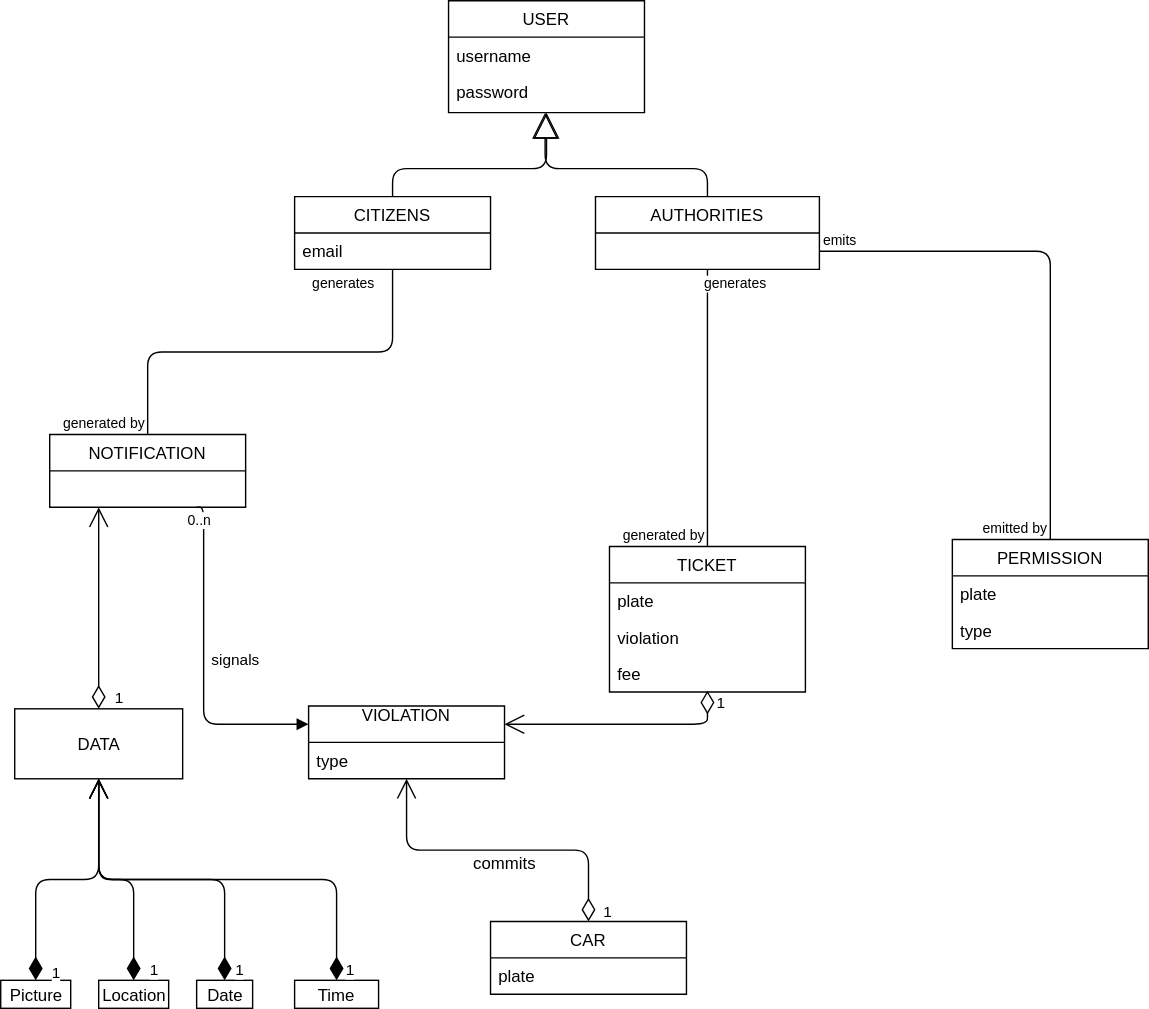
Before: UML/Notify_Violation_Class_Diagram.svg, a diagram exported from draw.io (University-Projects-Secco/RahbariSecco). Source tidied: cells renumbered, new cells last; positions are measured from the earlier drawing's top-left corner, leaving out a move shared by most shapes. The source it was exported from:
```xml
<mxGraphModel background="#ffffff">
  <root>
    <mxCell id="0" />
    <mxCell id="1" parent="0" />
    <mxCell id="2" value="CITIZENS" style="swimlane;fontStyle=0;horizontal=1;startSize=26;fillColor=none;" parent="1" vertex="1">
      <mxGeometry x="210" y="140" width="140" height="52" as="geometry" />
    </mxCell>
    <mxCell id="3" value="email" style="text;strokeColor=none;fillColor=none;align=left;verticalAlign=top;spacingLeft=4;spacingRight=4;overflow=hidden;" parent="2" vertex="1">
      <mxGeometry y="26" width="140" height="26" as="geometry" />
    </mxCell>
    <mxCell id="4" value="USER" style="swimlane;fontStyle=0;horizontal=1;startSize=26;fillColor=none;" parent="1" vertex="1">
      <mxGeometry x="320" width="140" height="80" as="geometry" />
    </mxCell>
    <mxCell id="5" value="username" style="text;strokeColor=none;fillColor=none;align=left;verticalAlign=top;spacingLeft=4;spacingRight=4;overflow=hidden;" parent="4" vertex="1">
      <mxGeometry y="26" width="140" height="26" as="geometry" />
    </mxCell>
    <mxCell id="6" value="password" style="text;strokeColor=none;fillColor=none;align=left;verticalAlign=top;spacingLeft=4;spacingRight=4;overflow=hidden;" parent="4" vertex="1">
      <mxGeometry y="52" width="140" height="28" as="geometry" />
    </mxCell>
    <mxCell id="7" value="AUTHORITIES" style="swimlane;fontStyle=0;horizontal=1;startSize=26;fillColor=none;" parent="1" vertex="1">
      <mxGeometry x="425" y="140" width="160" height="52" as="geometry" />
    </mxCell>
    <mxCell id="8" style="endArrow=block;endSize=16;endFill=0;html=1;entryX=0.5;entryY=1;entryDx=0;entryDy=0;" parent="1" edge="1" source="2" target="4">
      <mxGeometry relative="1" as="geometry">
        <Array as="points">
          <mxPoint x="280" y="120" />
          <mxPoint x="390" y="120" />
        </Array>
      </mxGeometry>
    </mxCell>
    <mxCell id="9" style="endArrow=block;endSize=16;endFill=0;html=1;exitX=0.5;exitY=0;exitDx=0;exitDy=0;" parent="1" edge="1" source="7">
      <mxGeometry relative="1" as="geometry">
        <mxPoint x="389" y="80" as="targetPoint" />
        <Array as="points">
          <mxPoint x="505" y="120" />
          <mxPoint x="389" y="120" />
        </Array>
      </mxGeometry>
    </mxCell>
    <mxCell id="10" value="VIOLATION&#10;" style="swimlane;fontStyle=0;horizontal=1;startSize=26;fillColor=none;" parent="1" vertex="1">
      <mxGeometry x="220" y="504" width="140" height="52" as="geometry" />
    </mxCell>
    <mxCell id="11" value="type" style="text;strokeColor=none;fillColor=none;align=left;verticalAlign=top;spacingLeft=4;spacingRight=4;overflow=hidden;" parent="10" vertex="1">
      <mxGeometry y="26" width="140" height="26" as="geometry" />
    </mxCell>
    <mxCell id="12" value="NOTIFICATION" style="swimlane;fontStyle=0;horizontal=1;startSize=26;fillColor=none;" parent="1" vertex="1">
      <mxGeometry x="35" y="310" width="140" height="52" as="geometry" />
    </mxCell>
    <mxCell id="13" value="PERMISSION" style="swimlane;fontStyle=0;horizontal=1;startSize=26;fillColor=none;" parent="1" vertex="1">
      <mxGeometry x="680" y="385" width="140" height="78" as="geometry" />
    </mxCell>
    <mxCell id="14" value="plate" style="text;strokeColor=none;fillColor=none;align=left;verticalAlign=top;spacingLeft=4;spacingRight=4;overflow=hidden;" parent="13" vertex="1">
      <mxGeometry y="26" width="140" height="26" as="geometry" />
    </mxCell>
    <mxCell id="15" value="type" style="text;strokeColor=none;fillColor=none;align=left;verticalAlign=top;spacingLeft=4;spacingRight=4;overflow=hidden;" parent="13" vertex="1">
      <mxGeometry y="52" width="140" height="26" as="geometry" />
    </mxCell>
    <mxCell id="16" value="TICKET" style="swimlane;fontStyle=0;horizontal=1;startSize=26;fillColor=none;" parent="1" vertex="1">
      <mxGeometry x="435" y="390" width="140" height="104" as="geometry" />
    </mxCell>
    <mxCell id="17" value="plate" style="text;strokeColor=none;fillColor=none;align=left;verticalAlign=top;spacingLeft=4;spacingRight=4;overflow=hidden;" parent="16" vertex="1">
      <mxGeometry y="26" width="140" height="26" as="geometry" />
    </mxCell>
    <mxCell id="18" value="violation" style="text;strokeColor=none;fillColor=none;align=left;verticalAlign=top;spacingLeft=4;spacingRight=4;overflow=hidden;" parent="16" vertex="1">
      <mxGeometry y="52" width="140" height="26" as="geometry" />
    </mxCell>
    <mxCell id="19" value="fee" style="text;strokeColor=none;fillColor=none;align=left;verticalAlign=top;spacingLeft=4;spacingRight=4;overflow=hidden;points=[[0,0.5],[1,0.5]];portConstraint=eastwest;" parent="16" vertex="1">
      <mxGeometry y="78" width="140" height="26" as="geometry" />
    </mxCell>
    <mxCell id="20" value="1" style="endArrow=open;html=1;endSize=12;startArrow=diamondThin;startSize=14;startFill=0;align=left;verticalAlign=bottom;edgeStyle=elbowEdgeStyle;exitX=0.5;exitY=0.962;exitDx=0;exitDy=0;exitPerimeter=0;entryX=1;entryY=0.25;entryDx=0;entryDy=0;" parent="1" edge="1" source="19" target="10">
      <mxGeometry x="-0.8" y="5" relative="1" as="geometry">
        <Array as="points">
          <mxPoint x="505" y="500" />
        </Array>
      </mxGeometry>
    </mxCell>
    <mxCell id="21" value="signals" style="endArrow=block;endFill=1;html=1;align=left;verticalAlign=top;entryX=0;entryY=0.25;entryDx=0;entryDy=0;exitX=0.75;exitY=1;exitDx=0;exitDy=0;edgeStyle=elbowEdgeStyle;" parent="1" edge="1" source="12" target="10">
      <mxGeometry x="-0.14" y="4" relative="1" as="geometry">
        <Array as="points">
          <mxPoint x="145" y="390" />
        </Array>
      </mxGeometry>
    </mxCell>
    <mxCell id="22" value="0..n" style="html=1;align=left;verticalAlign=bottom;labelBackgroundColor=#ffffff;fontSize=10;" parent="21" vertex="1">
      <mxGeometry x="-1" relative="1" as="geometry">
        <mxPoint x="-9" y="17" as="offset" />
      </mxGeometry>
    </mxCell>
    <mxCell id="23" style="endArrow=none;html=1;edgeStyle=orthogonalEdgeStyle;exitX=0.5;exitY=1;exitDx=0;exitDy=0;entryX=0.5;entryY=0;entryDx=0;entryDy=0;" parent="1" edge="1" source="2" target="12">
      <mxGeometry relative="1" as="geometry" />
    </mxCell>
    <mxCell id="24" value="generates" style="html=1;align=left;verticalAlign=bottom;labelBackgroundColor=#ffffff;fontSize=10;" parent="23" vertex="1">
      <mxGeometry x="-1" relative="1" as="geometry">
        <mxPoint x="-60" y="18" as="offset" />
      </mxGeometry>
    </mxCell>
    <mxCell id="25" value="generated by" style="html=1;align=right;verticalAlign=bottom;labelBackgroundColor=#ffffff;fontSize=10;" parent="23" vertex="1">
      <mxGeometry x="1" relative="1" as="geometry" />
    </mxCell>
    <mxCell id="26" style="endArrow=none;html=1;edgeStyle=orthogonalEdgeStyle;exitX=0.5;exitY=1;exitDx=0;exitDy=0;entryX=0.5;entryY=0;entryDx=0;entryDy=0;" parent="1" edge="1" source="7" target="16">
      <mxGeometry relative="1" as="geometry" />
    </mxCell>
    <mxCell id="27" value="generates" style="html=1;align=left;verticalAlign=bottom;labelBackgroundColor=#ffffff;fontSize=10;" parent="26" vertex="1">
      <mxGeometry x="-1" relative="1" as="geometry">
        <mxPoint x="-5" y="18" as="offset" />
      </mxGeometry>
    </mxCell>
    <mxCell id="28" value="generated by" style="html=1;align=right;verticalAlign=bottom;labelBackgroundColor=#ffffff;fontSize=10;" parent="26" vertex="1">
      <mxGeometry x="1" relative="1" as="geometry" />
    </mxCell>
    <mxCell id="29" style="endArrow=none;html=1;edgeStyle=orthogonalEdgeStyle;entryX=0.5;entryY=0;entryDx=0;entryDy=0;exitX=1;exitY=0.75;exitDx=0;exitDy=0;" parent="1" edge="1" source="7" target="13">
      <mxGeometry relative="1" as="geometry" />
    </mxCell>
    <mxCell id="30" value="emits" style="html=1;align=left;verticalAlign=bottom;labelBackgroundColor=#ffffff;fontSize=10;" parent="29" vertex="1">
      <mxGeometry x="-1" relative="1" as="geometry" />
    </mxCell>
    <mxCell id="31" value="emitted by" style="html=1;align=right;verticalAlign=bottom;labelBackgroundColor=#ffffff;fontSize=10;" parent="29" vertex="1">
      <mxGeometry x="1" relative="1" as="geometry" />
    </mxCell>
    <mxCell id="32" value="Picture" style="html=1;" parent="1" vertex="1">
      <mxGeometry y="700" width="50" height="20" as="geometry" />
    </mxCell>
    <mxCell id="33" value="Location" style="html=1;" parent="1" vertex="1">
      <mxGeometry x="70" y="700" width="50" height="20" as="geometry" />
    </mxCell>
    <mxCell id="34" value="Date" style="html=1;" parent="1" vertex="1">
      <mxGeometry x="140" y="700" width="40" height="20" as="geometry" />
    </mxCell>
    <mxCell id="35" value="Time" style="html=1;" parent="1" vertex="1">
      <mxGeometry x="210" y="700" width="60" height="20" as="geometry" />
    </mxCell>
    <mxCell id="36" value="&lt;p style=&quot;margin: 0px ; margin-top: 4px ; text-align: center&quot;&gt;&lt;br&gt;DATA&lt;/p&gt;" style="verticalAlign=top;align=left;overflow=fill;fontSize=12;fontFamily=Helvetica;html=1;" parent="1" vertex="1">
      <mxGeometry x="10" y="506" width="120" height="50" as="geometry" />
    </mxCell>
    <mxCell id="37" value="1" style="endArrow=open;html=1;endSize=12;startArrow=diamondThin;startSize=14;startFill=1;edgeStyle=orthogonalEdgeStyle;align=left;verticalAlign=bottom;exitX=0.5;exitY=0;exitDx=0;exitDy=0;entryX=0.5;entryY=1;entryDx=0;entryDy=0;" parent="1" edge="1" source="32" target="36">
      <mxGeometry x="-0.14" y="-75" relative="1" as="geometry" />
    </mxCell>
    <mxCell id="38" value="1" style="endArrow=open;html=1;endSize=12;startArrow=diamondThin;startSize=14;startFill=1;edgeStyle=orthogonalEdgeStyle;align=left;verticalAlign=bottom;exitX=0.5;exitY=0;exitDx=0;exitDy=0;entryX=0.5;entryY=1;entryDx=0;entryDy=0;" parent="1" edge="1" source="33" target="36">
      <mxGeometry x="-0.09" y="75" relative="1" as="geometry">
        <mxPoint x="15" y="-2" as="offset" />
      </mxGeometry>
    </mxCell>
    <mxCell id="39" value="1" style="endArrow=open;html=1;endSize=12;startArrow=diamondThin;startSize=14;startFill=1;edgeStyle=orthogonalEdgeStyle;align=left;verticalAlign=bottom;exitX=0.5;exitY=0;exitDx=0;exitDy=0;entryX=0.5;entryY=1;entryDx=0;entryDy=0;" parent="1" edge="1" source="34" target="36">
      <mxGeometry x="-0.35" y="74" relative="1" as="geometry">
        <mxPoint x="10" y="-1" as="offset" />
      </mxGeometry>
    </mxCell>
    <mxCell id="40" value="1" style="endArrow=open;html=1;endSize=12;startArrow=diamondThin;startSize=14;startFill=1;edgeStyle=orthogonalEdgeStyle;align=left;verticalAlign=bottom;exitX=0.5;exitY=0;exitDx=0;exitDy=0;entryX=0.5;entryY=1;entryDx=0;entryDy=0;" parent="1" edge="1" source="35" target="36">
      <mxGeometry x="-0.51" y="74" relative="1" as="geometry">
        <mxPoint x="10" y="-1" as="offset" />
      </mxGeometry>
    </mxCell>
    <mxCell id="41" value="1" style="endArrow=open;html=1;endSize=12;startArrow=diamondThin;startSize=14;startFill=0;edgeStyle=orthogonalEdgeStyle;align=left;verticalAlign=bottom;entryX=0.5;entryY=1;entryDx=0;entryDy=0;exitX=0.5;exitY=0;exitDx=0;exitDy=0;" parent="1" edge="1" source="43" target="10">
      <mxGeometry x="-0.56" y="53" relative="1" as="geometry">
        <mxPoint x="10" y="-1" as="offset" />
      </mxGeometry>
    </mxCell>
    <mxCell id="42" value="commits" style="text;html=1;align=center;verticalAlign=middle;labelBackgroundColor=#ffffff;" parent="41" vertex="1">
      <mxGeometry x="-0.69" y="19" relative="1" as="geometry">
        <mxPoint x="-41" y="-7" as="offset" />
      </mxGeometry>
    </mxCell>
    <mxCell id="43" value="CAR" style="swimlane;fontStyle=0;horizontal=1;startSize=26;fillColor=none;" parent="1" vertex="1">
      <mxGeometry x="350" y="658" width="140" height="52" as="geometry" />
    </mxCell>
    <mxCell id="44" value="plate" style="text;strokeColor=none;fillColor=none;align=left;verticalAlign=top;spacingLeft=4;spacingRight=4;overflow=hidden;" parent="43" vertex="1">
      <mxGeometry y="26" width="140" height="26" as="geometry" />
    </mxCell>
    <mxCell id="45" value="1" style="endArrow=open;html=1;endSize=12;startArrow=diamondThin;startSize=14;startFill=0;edgeStyle=orthogonalEdgeStyle;align=left;verticalAlign=bottom;exitX=0.5;exitY=0;exitDx=0;exitDy=0;entryX=0.25;entryY=1;entryDx=0;entryDy=0;" parent="1" edge="1" source="36" target="12">
      <mxGeometry x="-1" y="-10" relative="1" as="geometry" />
    </mxCell>
  </root>
</mxGraphModel>
```
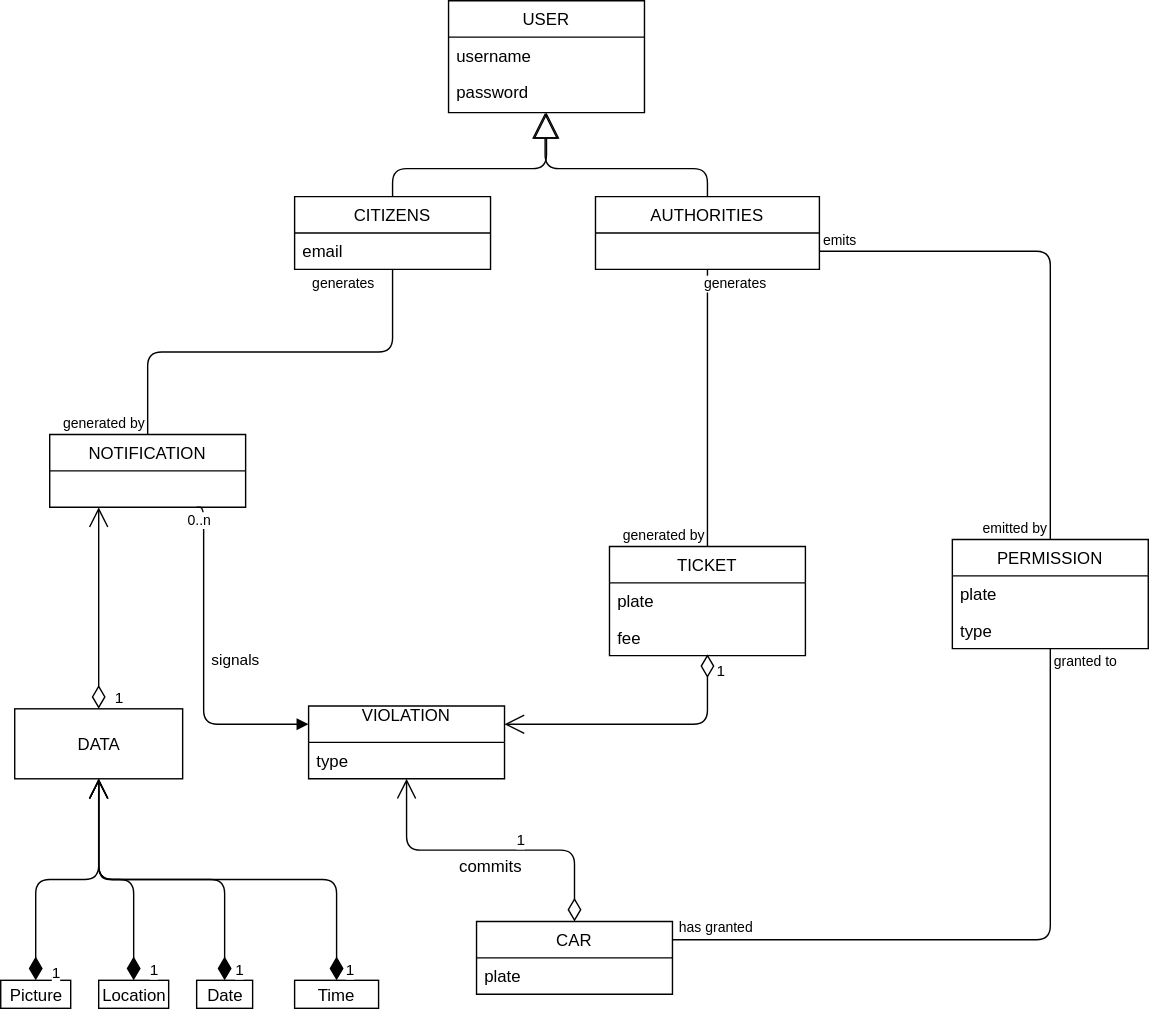
Later version of the same file.

What changed in the source:
```diff
@@ -56,16 +56,13 @@
       <mxGeometry y="52" width="140" height="26" as="geometry" />
     </mxCell>
     <mxCell id="16" value="TICKET" style="swimlane;fontStyle=0;horizontal=1;startSize=26;fillColor=none;" parent="1" vertex="1">
-      <mxGeometry x="435" y="390" width="140" height="104" as="geometry" />
+      <mxGeometry x="435" y="390" width="140" height="78" as="geometry" />
     </mxCell>
     <mxCell id="17" value="plate" style="text;strokeColor=none;fillColor=none;align=left;verticalAlign=top;spacingLeft=4;spacingRight=4;overflow=hidden;" parent="16" vertex="1">
       <mxGeometry y="26" width="140" height="26" as="geometry" />
     </mxCell>
-    <mxCell id="18" value="violation" style="text;strokeColor=none;fillColor=none;align=left;verticalAlign=top;spacingLeft=4;spacingRight=4;overflow=hidden;" parent="16" vertex="1">
-      <mxGeometry y="52" width="140" height="26" as="geometry" />
-    </mxCell>
     <mxCell id="19" value="fee" style="text;strokeColor=none;fillColor=none;align=left;verticalAlign=top;spacingLeft=4;spacingRight=4;overflow=hidden;points=[[0,0.5],[1,0.5]];portConstraint=eastwest;" parent="16" vertex="1">
-      <mxGeometry y="78" width="140" height="26" as="geometry" />
+      <mxGeometry y="52" width="140" height="26" as="geometry" />
     </mxCell>
     <mxCell id="20" value="1" style="endArrow=open;html=1;endSize=12;startArrow=diamondThin;startSize=14;startFill=0;align=left;verticalAlign=bottom;edgeStyle=elbowEdgeStyle;exitX=0.5;exitY=0.962;exitDx=0;exitDy=0;exitPerimeter=0;entryX=1;entryY=0.25;entryDx=0;entryDy=0;" parent="1" edge="1" source="19" target="10">
       <mxGeometry x="-0.8" y="5" relative="1" as="geometry">
@@ -161,7 +158,7 @@
       </mxGeometry>
     </mxCell>
     <mxCell id="43" value="CAR" style="swimlane;fontStyle=0;horizontal=1;startSize=26;fillColor=none;" parent="1" vertex="1">
-      <mxGeometry x="350" y="658" width="140" height="52" as="geometry" />
+      <mxGeometry x="340" y="658" width="140" height="52" as="geometry" />
     </mxCell>
     <mxCell id="44" value="plate" style="text;strokeColor=none;fillColor=none;align=left;verticalAlign=top;spacingLeft=4;spacingRight=4;overflow=hidden;" parent="43" vertex="1">
       <mxGeometry y="26" width="140" height="26" as="geometry" />
@@ -169,5 +166,18 @@
     <mxCell id="45" value="1" style="endArrow=open;html=1;endSize=12;startArrow=diamondThin;startSize=14;startFill=0;edgeStyle=orthogonalEdgeStyle;align=left;verticalAlign=bottom;exitX=0.5;exitY=0;exitDx=0;exitDy=0;entryX=0.25;entryY=1;entryDx=0;entryDy=0;" parent="1" edge="1" source="36" target="12">
       <mxGeometry x="-1" y="-10" relative="1" as="geometry" />
     </mxCell>
+    <mxCell id="46" style="endArrow=none;html=1;edgeStyle=orthogonalEdgeStyle;exitX=0.5;exitY=1;exitDx=0;exitDy=0;entryX=1;entryY=0.25;entryDx=0;entryDy=0;" parent="1" edge="1" source="13" target="43">
+      <mxGeometry relative="1" as="geometry" />
+    </mxCell>
+    <mxCell id="47" value="granted to" style="html=1;align=left;verticalAlign=bottom;labelBackgroundColor=#ffffff;fontSize=10;" parent="46" vertex="1">
+      <mxGeometry x="-1" relative="1" as="geometry">
+        <mxPoint y="17" as="offset" />
+      </mxGeometry>
+    </mxCell>
+    <mxCell id="48" value="has granted" style="html=1;align=right;verticalAlign=bottom;labelBackgroundColor=#ffffff;fontSize=10;direction=south;" parent="46" vertex="1">
+      <mxGeometry x="1" relative="1" as="geometry">
+        <mxPoint x="60" y="-1" as="offset" />
+      </mxGeometry>
+    </mxCell>
   </root>
 </mxGraphModel>
```
